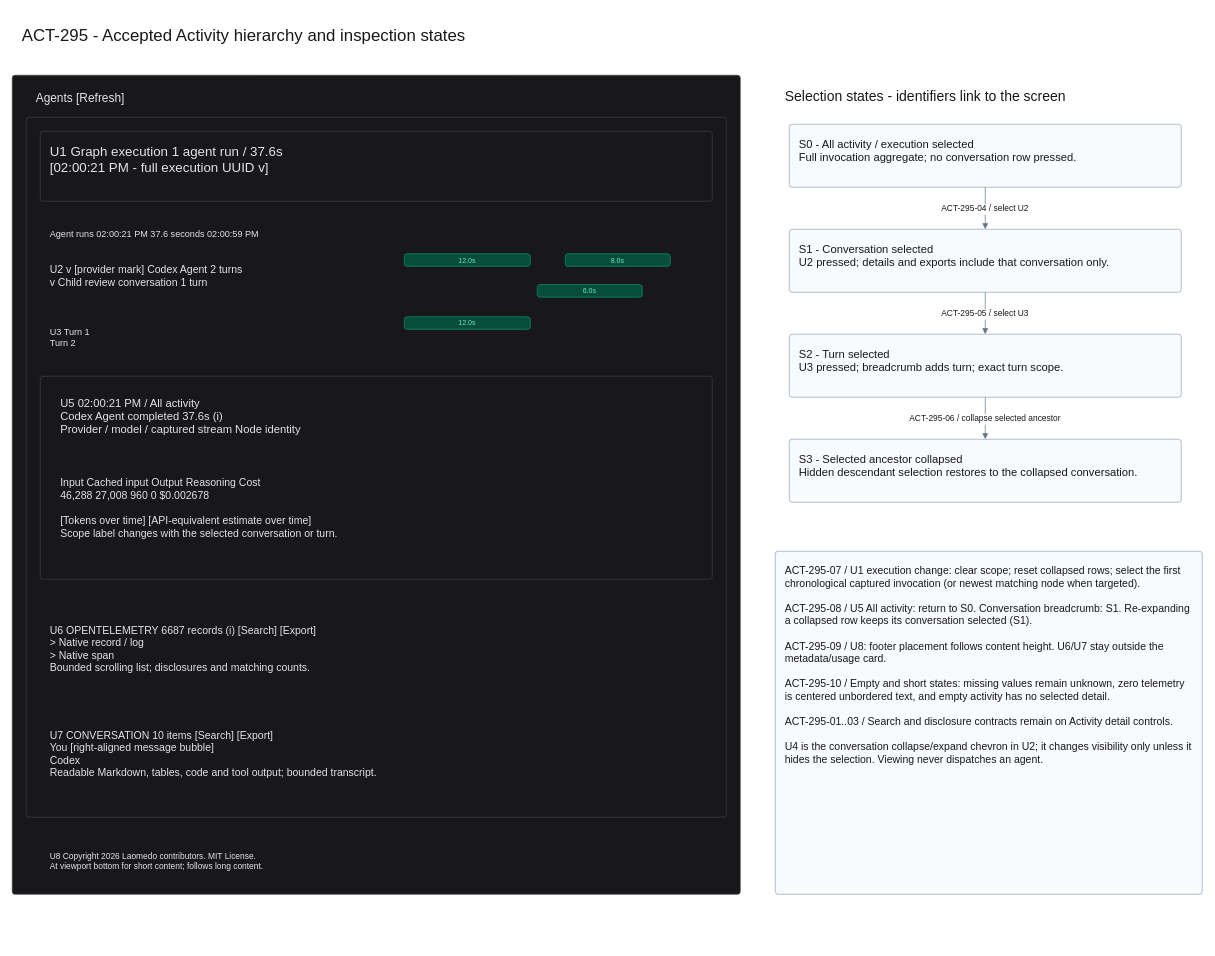
Above: page "ACT-295 Activity hierarchy" (3 of 3) of projects/laomedo/subsystems/run-traces/design/agent-activity.drawio in amadou-6e/specs (draw.io), before the change. Source tidied: cells renumbered, new cells numbered last; positions are measured from the earlier drawing's top-left corner, leaving out a move shared by most shapes. Both pictures are drawn from the tidied source at 70%, with x=0, y=0 at pixel (12, 12).
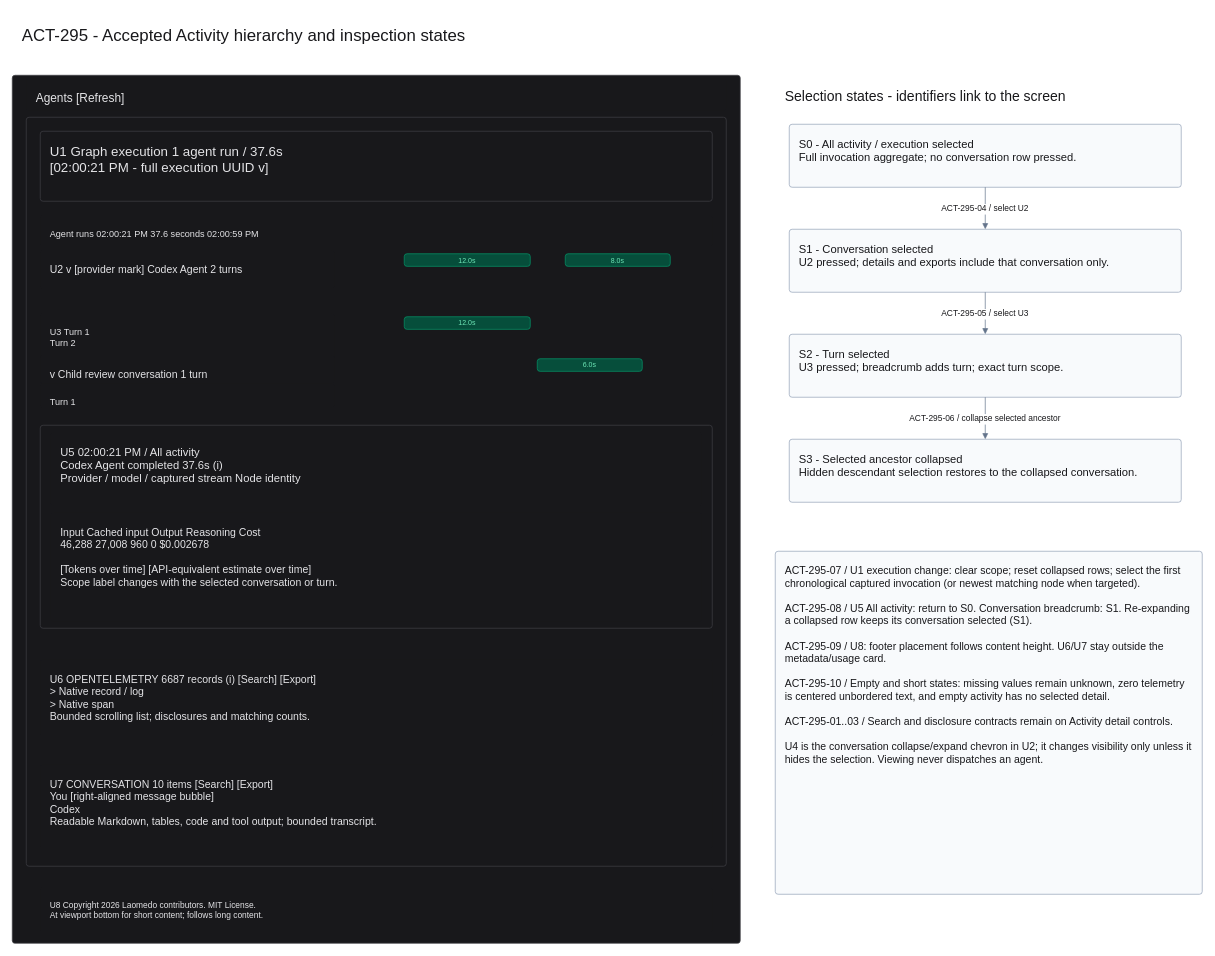
The same diagram, later.

Commit message:
docs: align hierarchy row order with rendered activity

Diff of the diagram source:
```diff
@@
     <mxCell id="3" style="rounded=1;whiteSpace=wrap;html=0;align=left;verticalAlign=top;spacing=14;fillColor=#18181b;strokeColor=#3f3f46;fontColor=#e4e4e7;fontFamily=Arial;fontSize=15;absoluteArcSize=1;arcSize=8;" parent="1" vertex="1">
-      <mxGeometry y="90" width="1040" height="1170" as="geometry" />
+      <mxGeometry y="90" width="1040" height="1240" as="geometry" />
     </mxCell>
     <mxCell id="4" style="rounded=1;whiteSpace=wrap;html=0;align=left;verticalAlign=top;spacing=14;fillColor=#18181b;strokeColor=#3f3f46;fontColor=#e4e4e7;fontFamily=Arial;fontSize=15;absoluteArcSize=1;arcSize=8;" parent="1" vertex="1">
-      <mxGeometry x="20" y="150" width="1000" height="1000" as="geometry" />
+      <mxGeometry x="20" y="150" width="1000" height="1070" as="geometry" />
     </mxCell>
@@
-    <mxCell id="8" value="U2  v  [provider mark] Codex Agent   2 turns&#10;      v  Child review conversation   1 turn" style="rounded=1;whiteSpace=wrap;html=0;align=left;verticalAlign=top;spacing=14;fillColor=#18181b;strokeColor=none;fontColor=#e4e4e7;fontFamily=Arial;fontSize=15;absoluteArcSize=1;arcSize=8;" parent="1" vertex="1">
-      <mxGeometry x="40" y="340" width="420" height="85" as="geometry" />
+    <mxCell id="8" value="U2  v  [provider mark] Codex Agent   2 turns" style="rounded=1;whiteSpace=wrap;html=0;align=left;verticalAlign=top;spacing=14;fillColor=#18181b;strokeColor=none;fontColor=#e4e4e7;fontFamily=Arial;fontSize=15;absoluteArcSize=1;arcSize=8;" parent="1" vertex="1">
+      <mxGeometry x="40" y="340" width="420" height="55" as="geometry" />
     </mxCell>
@@
     <mxCell id="11" value="6.0s" style="rounded=1;whiteSpace=wrap;html=0;align=left;verticalAlign=top;spacing=14;fillColor=#064e3b;strokeColor=#059669;fontColor=#6ee7b7;fontFamily=Arial;fontSize=10;absoluteArcSize=1;arcSize=8;align=center;verticalAlign=middle;spacing=0;" parent="1" vertex="1">
-      <mxGeometry x="750" y="389" width="150" height="18" as="geometry" />
+      <mxGeometry x="750" y="495" width="150" height="18" as="geometry" />
     </mxCell>
@@
     <mxCell id="14" style="rounded=1;whiteSpace=wrap;html=0;align=left;verticalAlign=top;spacing=14;fillColor=#18181b;strokeColor=#3f3f46;fontColor=#e4e4e7;fontFamily=Arial;fontSize=15;absoluteArcSize=1;arcSize=8;" parent="1" vertex="1">
-      <mxGeometry x="40" y="520" width="960" height="290" as="geometry" />
+      <mxGeometry x="40" y="590" width="960" height="290" as="geometry" />
     </mxCell>
     <mxCell id="15" value="U5  02:00:21 PM  /  All activity&#10;Codex Agent                                  completed   37.6s  (i)&#10;Provider / model / captured stream                    Node identity" style="rounded=1;whiteSpace=wrap;html=0;align=left;verticalAlign=top;spacing=14;fillColor=#18181b;strokeColor=none;fontColor=#e4e4e7;fontFamily=Arial;fontSize=16;absoluteArcSize=1;arcSize=8;" parent="1" vertex="1">
-      <mxGeometry x="55" y="530" width="930" height="105" as="geometry" />
+      <mxGeometry x="55" y="600" width="930" height="105" as="geometry" />
     </mxCell>
     <mxCell id="16" value="Input          Cached input          Output          Reasoning          Cost&#10;46,288         27,008                  960              0                   $0.002678&#10;&#10;[Tokens over time]                     [API-equivalent estimate over time]&#10;Scope label changes with the selected conversation or turn." style="rounded=1;whiteSpace=wrap;html=0;align=left;verticalAlign=top;spacing=14;fillColor=#18181b;strokeColor=none;fontColor=#e4e4e7;fontFamily=Arial;fontSize=15;absoluteArcSize=1;arcSize=8;" parent="1" vertex="1">
-      <mxGeometry x="55" y="645" width="930" height="155" as="geometry" />
+      <mxGeometry x="55" y="715" width="930" height="155" as="geometry" />
     </mxCell>
     <mxCell id="17" value="U6  OPENTELEMETRY                   6687 records   (i) [Search] [Export]&#10;&gt; Native record / log&#10;&gt; Native span&#10;Bounded scrolling list; disclosures and matching counts." style="rounded=1;whiteSpace=wrap;html=0;align=left;verticalAlign=top;spacing=14;fillColor=#18181b;strokeColor=none;fontColor=#e4e4e7;fontFamily=Arial;fontSize=15;absoluteArcSize=1;arcSize=8;" parent="1" vertex="1">
-      <mxGeometry x="40" y="855" width="960" height="110" as="geometry" />
+      <mxGeometry x="40" y="925" width="960" height="110" as="geometry" />
     </mxCell>
     <mxCell id="18" value="U7  CONVERSATION                        10 items   [Search] [Export]&#10;You                                      [right-aligned message bubble]&#10;Codex&#10;Readable Markdown, tables, code and tool output; bounded transcript." style="rounded=1;whiteSpace=wrap;html=0;align=left;verticalAlign=top;spacing=14;fillColor=#18181b;strokeColor=none;fontColor=#e4e4e7;fontFamily=Arial;fontSize=15;absoluteArcSize=1;arcSize=8;" parent="1" vertex="1">
-      <mxGeometry x="40" y="1005" width="960" height="120" as="geometry" />
+      <mxGeometry x="40" y="1075" width="960" height="120" as="geometry" />
     </mxCell>
     <mxCell id="19" value="U8   Copyright 2026 Laomedo contributors. MIT License.&#10;At viewport bottom for short content; follows long content." style="rounded=1;whiteSpace=wrap;html=0;align=left;verticalAlign=top;spacing=14;fillColor=#18181b;strokeColor=none;fontColor=#e4e4e7;fontFamily=Arial;fontSize=12;absoluteArcSize=1;arcSize=8;" parent="1" vertex="1">
-      <mxGeometry x="40" y="1180" width="960" height="65" as="geometry" />
+      <mxGeometry x="40" y="1250" width="960" height="65" as="geometry" />
     </mxCell>
@@
+    <mxCell id="29" value="        v  Child review conversation   1 turn" style="rounded=1;whiteSpace=wrap;html=0;align=left;verticalAlign=top;spacing=14;fillColor=#18181b;strokeColor=none;fontColor=#e4e4e7;fontFamily=Arial;fontSize=15;absoluteArcSize=1;arcSize=8;" parent="1" vertex="1">
+      <mxGeometry x="40" y="490" width="420" height="40" as="geometry" />
+    </mxCell>
+    <mxCell id="30" value="              Turn 1" style="rounded=1;whiteSpace=wrap;html=0;align=left;verticalAlign=top;spacing=14;fillColor=#18181b;strokeColor=none;fontColor=#e4e4e7;fontFamily=Arial;fontSize=13;absoluteArcSize=1;arcSize=8;" parent="1" vertex="1">
+      <mxGeometry x="40" y="530" width="420" height="35" as="geometry" />
+    </mxCell>
```
